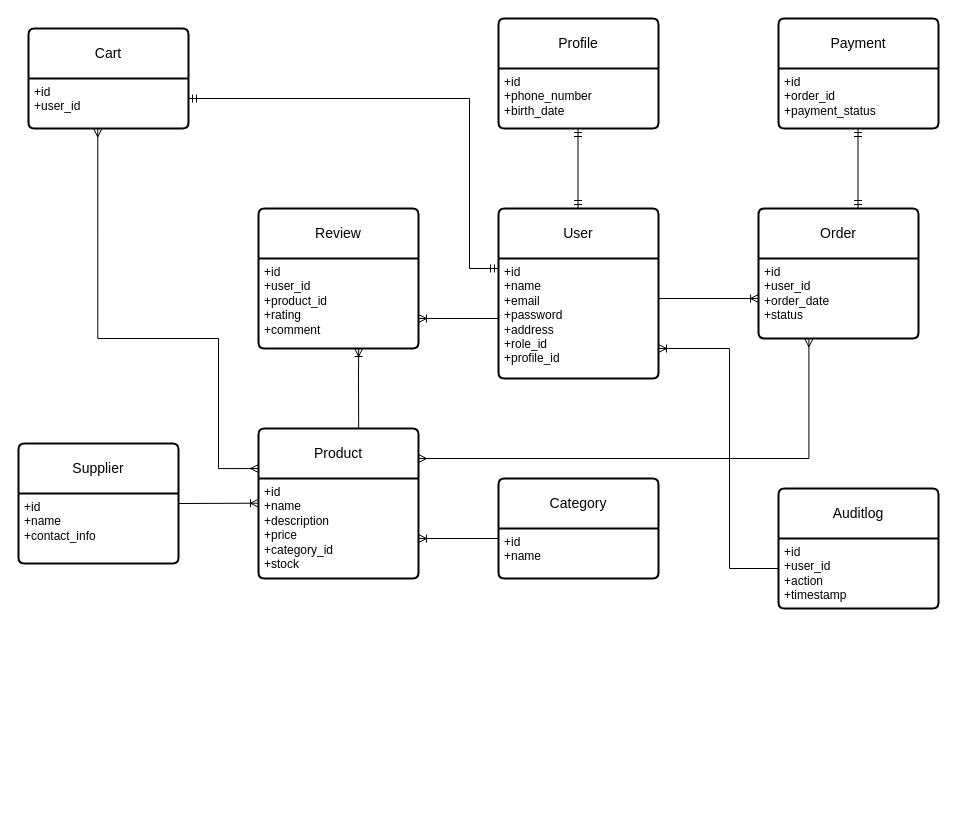
yanakvachenyuk/mdisubd keeps this draw.io diagram as lab1/diagram.drawio. Above is the earlier version. Source tidied: cells renumbered, new cells numbered last; positions are measured from the earlier drawing's top-left corner, leaving out a move shared by most shapes. Both pictures are drawn from the tidied source at 100%, with x=0, y=0 at pixel (18, 18).
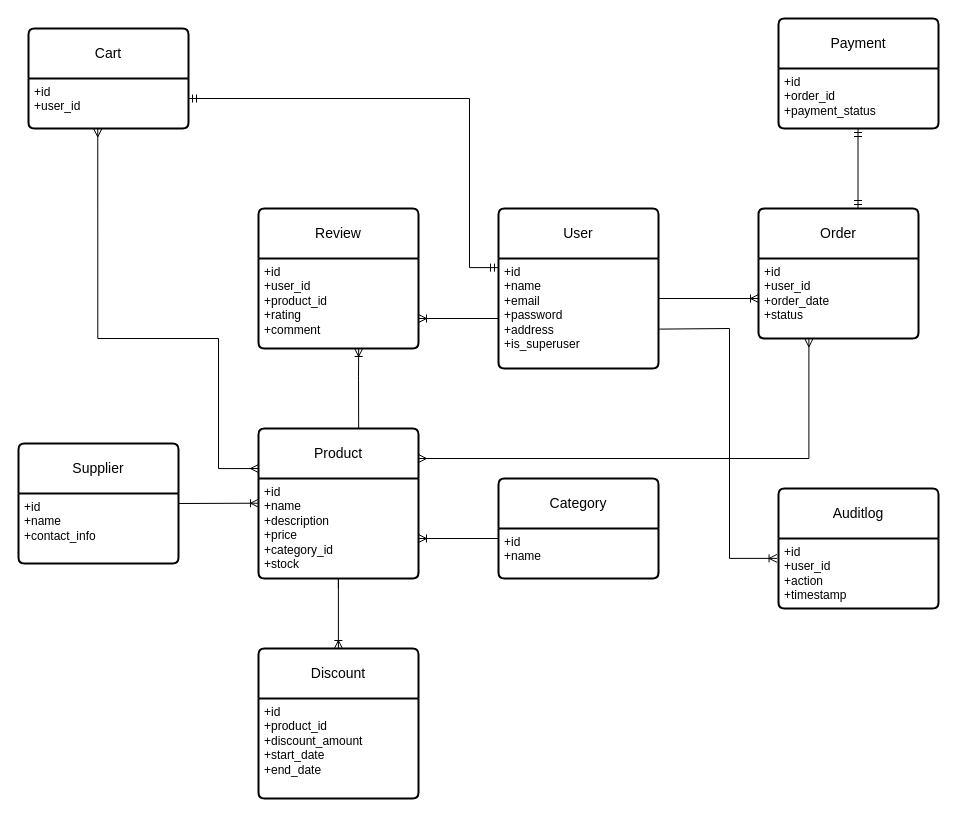
The same page after the edit.

Unchanged cells that the change refers to:
```xml
<mxCell id="19" value="+id&lt;br&gt;+user_id&lt;br&gt;+action&lt;div&gt;+timestamp&lt;/div&gt;" style="align=left;strokeColor=none;fillColor=none;spacingLeft=4;fontSize=12;verticalAlign=top;html=1;" parent="18" vertex="1">
  <mxGeometry y="50" width="160" height="70" as="geometry" />
</mxCell>
```

Change to the diagram source:
```diff
@@
     <mxCell id="4" value="User" style="swimlane;horizontal=1;startSize=50;rounded=1;fontSize=14;fontStyle=0;strokeWidth=2;shadow=0;dashed=0;align=center;arcSize=4;whiteSpace=wrap;html=1;" parent="1" vertex="1">
-      <mxGeometry x="480" y="190" width="160" height="170" as="geometry" />
+      <mxGeometry x="480" y="190" width="160" height="160" as="geometry" />
     </mxCell>
-    <mxCell id="5" value="+id&lt;br&gt;+name&lt;br&gt;+email&lt;div&gt;+password&lt;/div&gt;&lt;div&gt;+address&lt;/div&gt;&lt;div&gt;+role_id&lt;/div&gt;&lt;div&gt;+profile_id&lt;/div&gt;&lt;div&gt;&lt;br&gt;&lt;/div&gt;&lt;div&gt;&lt;br&gt;&lt;/div&gt;" style="align=left;strokeColor=none;fillColor=none;spacingLeft=4;fontSize=12;verticalAlign=top;html=1;" parent="4" vertex="1">
-      <mxGeometry y="50" width="160" height="120" as="geometry" />
+    <mxCell id="5" value="+id&lt;br&gt;+name&lt;br&gt;+email&lt;div&gt;+password&lt;/div&gt;&lt;div&gt;+address&lt;/div&gt;&lt;div&gt;+is_superuser&lt;/div&gt;&lt;div&gt;&lt;br&gt;&lt;/div&gt;&lt;div&gt;&lt;br&gt;&lt;/div&gt;" style="align=left;strokeColor=none;fillColor=none;spacingLeft=4;fontSize=12;verticalAlign=top;html=1;" parent="4" vertex="1">
+      <mxGeometry y="50" width="160" height="110" as="geometry" />
     </mxCell>
-    <mxCell id="6" value="Profile" style="swimlane;horizontal=1;startSize=50;rounded=1;fontSize=14;fontStyle=0;strokeWidth=2;shadow=0;dashed=0;align=center;arcSize=4;whiteSpace=wrap;html=1;" parent="1" vertex="1">
-      <mxGeometry x="480" width="160" height="110" as="geometry" />
-    </mxCell>
-    <mxCell id="7" value="+id&lt;br&gt;+phone_number&lt;br&gt;+birth_date" style="align=left;strokeColor=none;fillColor=none;spacingLeft=4;fontSize=12;verticalAlign=top;html=1;" parent="6" vertex="1">
-      <mxGeometry y="50" width="160" height="60" as="geometry" />
-    </mxCell>
@@
-    <mxCell id="27" style="fontSize=12;html=1;endArrow=ERmandOne;startArrow=ERmandOne;rounded=0;" parent="1" edge="1">
-      <mxGeometry relative="1" as="geometry">
-        <mxPoint x="559.5" y="190" as="sourcePoint" />
-        <mxPoint x="559.5" y="110" as="targetPoint" />
-      </mxGeometry>
-    </mxCell>
@@
-    <mxCell id="32" style="edgeStyle=orthogonalEdgeStyle;fontSize=12;html=1;endArrow=ERoneToMany;rounded=0;entryX=1;entryY=0.75;entryDx=0;entryDy=0;" parent="1" edge="1" target="5">
+    <mxCell id="32" style="edgeStyle=orthogonalEdgeStyle;fontSize=12;html=1;endArrow=ERoneToMany;rounded=0;exitX=0.996;exitY=0.642;exitDx=0;exitDy=0;exitPerimeter=0;entryX=-0.009;entryY=0.284;entryDx=0;entryDy=0;entryPerimeter=0;" parent="1" edge="1" source="5" target="19">
       <mxGeometry relative="1" as="geometry">
-        <mxPoint x="760" y="550" as="sourcePoint" />
         <Array as="points">
-          <mxPoint x="711" y="550" />
-          <mxPoint x="711" y="330" />
+          <mxPoint x="642" y="311" />
+          <mxPoint x="711" y="310" />
+          <mxPoint x="711" y="540" />
+          <mxPoint x="750" y="540" />
         </Array>
       </mxGeometry>
     </mxCell>
+    <mxCell id="33" value="Discount" style="swimlane;horizontal=1;startSize=50;rounded=1;fontSize=14;fontStyle=0;strokeWidth=2;shadow=0;dashed=0;align=center;arcSize=4;whiteSpace=wrap;html=1;" parent="1" vertex="1">
+      <mxGeometry x="240" y="630" width="160" height="150" as="geometry" />
+    </mxCell>
+    <mxCell id="34" value="+id&lt;br&gt;+product_id&lt;br&gt;+discount_amount&lt;div&gt;+start_date&lt;/div&gt;&lt;div&gt;+end_date&lt;/div&gt;" style="align=left;strokeColor=none;fillColor=none;spacingLeft=4;fontSize=12;verticalAlign=top;html=1;" parent="33" vertex="1">
+      <mxGeometry y="50" width="160" height="100" as="geometry" />
+    </mxCell>
+    <mxCell id="35" style="fontSize=12;html=1;endArrow=ERoneToMany;rounded=0;exitX=0.626;exitY=0;exitDx=0;exitDy=0;exitPerimeter=0;" parent="1" edge="1">
+      <mxGeometry relative="1" as="geometry">
+        <mxPoint x="319.9" y="570" as="sourcePoint" />
+        <mxPoint x="319.9" y="630" as="targetPoint" />
+        <Array as="points">
+          <mxPoint x="319.9" y="560" />
+        </Array>
+      </mxGeometry>
+    </mxCell>
```
